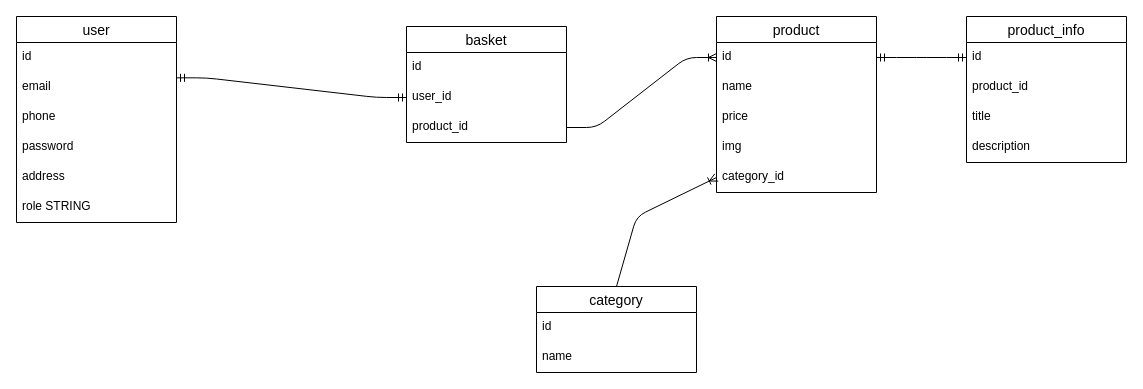
Earlier version of the draw.io diagram DB_diagram_draw-io/mistry-food-box-DB.drawio (K1rush4/mystery-food-box). Source tidied: cells renumbered, new cells numbered last; positions are measured from the earlier drawing's top-left corner, leaving out a move shared by most shapes. Both pictures are drawn from the tidied source at 100%, with x=0, y=0 at pixel (16, 16).
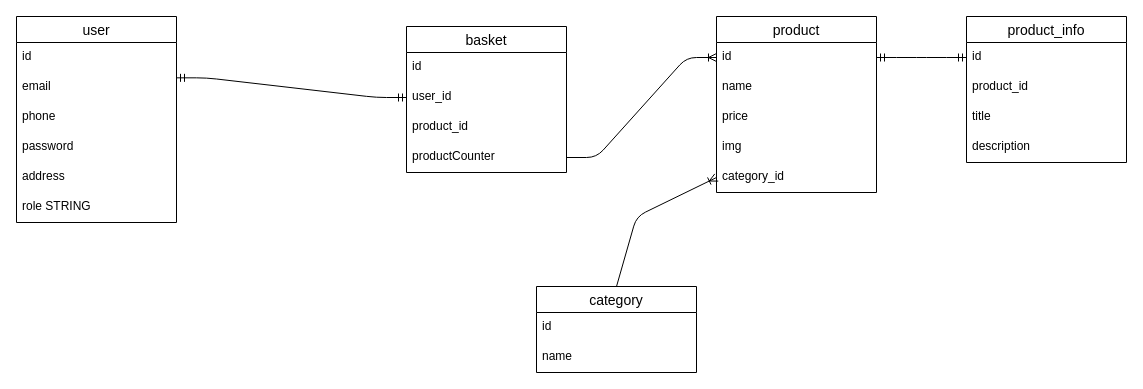
The same diagram, later.

Diff of the diagram source:
```diff
@@
     <mxCell id="9" value="basket" style="swimlane;fontStyle=0;horizontal=1;startSize=26;align=center;fontSize=14;" parent="1" vertex="1">
-      <mxGeometry x="390" y="10" width="160" height="116" as="geometry" />
+      <mxGeometry x="390" y="10" width="160" height="146" as="geometry" />
     </mxCell>
@@
+    <mxCell id="31" value="product_id" style="text;strokeColor=none;fillColor=none;spacingLeft=4;spacingRight=4;overflow=hidden;fontSize=12;" parent="9" vertex="1">
+      <mxGeometry y="86" width="160" height="30" as="geometry" />
+    </mxCell>
-    <mxCell id="12" value="product_id" style="text;strokeColor=none;fillColor=none;spacingLeft=4;spacingRight=4;overflow=hidden;points=[[0,0.5],[1,0.5]];portConstraint=eastwest;fontSize=12;" parent="9" vertex="1">
-      <mxGeometry y="86" width="160" height="30" as="geometry" />
+    <mxCell id="12" value="productCounter" style="text;strokeColor=none;fillColor=none;spacingLeft=4;spacingRight=4;overflow=hidden;points=[[0,0.5],[1,0.5]];portConstraint=eastwest;fontSize=12;" parent="9" vertex="1">
+      <mxGeometry y="116" width="160" height="30" as="geometry" />
     </mxCell>
```
